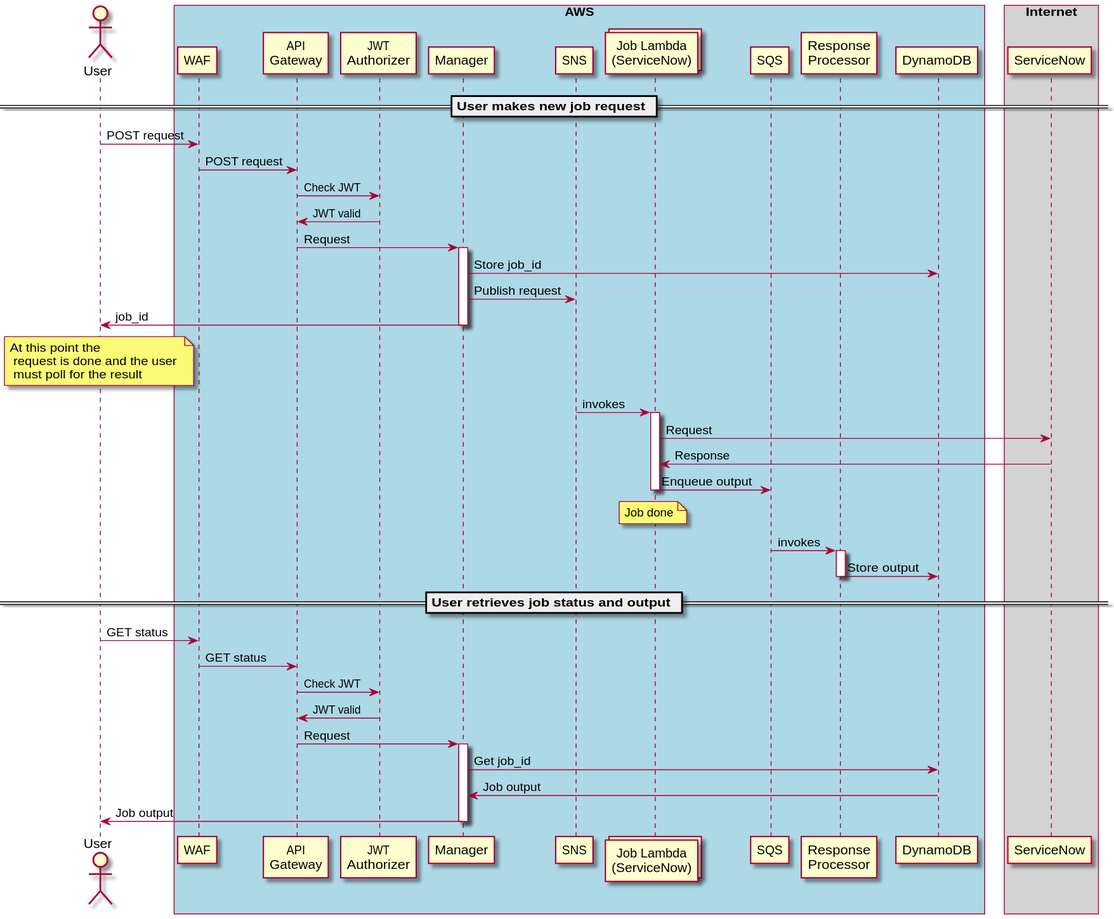
Before: docs/diagrams/job_request_flow.svg, a diagram exported from PlantUML (gdsec-test/threat-api). Its diagram source:
```plantuml
@startuml "job_request_flow"
skinparam BoxPadding 10
actor User

box "AWS" #LightBlue

participant WAF
participant "API\nGateway" as API_Gateway
participant "JWT\nAuthorizer" as JWT_Authorizer

== User makes new job request ==

User -> WAF : POST request
WAF -> API_Gateway : POST request
API_Gateway -> JWT_Authorizer: Check JWT
JWT_Authorizer -> API_Gateway: JWT valid
API_Gateway -> Manager : Request
activate Manager
Manager -> DynamoDB : Store job_id
Manager -> SNS : Publish request
Manager -> User : job_id
deactivate Manager
note over User : At this point the \n request is done and the user \n must poll for the result
collections "Job Lambda\n(ServiceNow)" as Job_Lambda
SNS -> Job_Lambda : invokes
activate Job_Lambda
participant SQS
participant "Response\nProcessor" as ResponseProcessor
database DynamoDB

end box

box "Internet" #LightGrey

Job_Lambda -> ServiceNow : Request
ServiceNow -> Job_Lambda : Response
Job_Lambda -> SQS : Enqueue output
note over Job_Lambda : Job done
deactivate Job_Lambda

SQS -> ResponseProcessor : invokes
activate ResponseProcessor
ResponseProcessor -> DynamoDB : Store output
deactivate ResponseProcessor

end box

== User retrieves job status and output ==

User -> WAF : GET status
WAF -> API_Gateway : GET status
API_Gateway -> JWT_Authorizer: Check JWT
JWT_Authorizer -> API_Gateway: JWT valid
API_Gateway -> Manager : Request
activate Manager
Manager -> DynamoDB : Get job_id
DynamoDB -> Manager : Job output
Manager -> User : Job output
deactivate Manager

@enduml
```
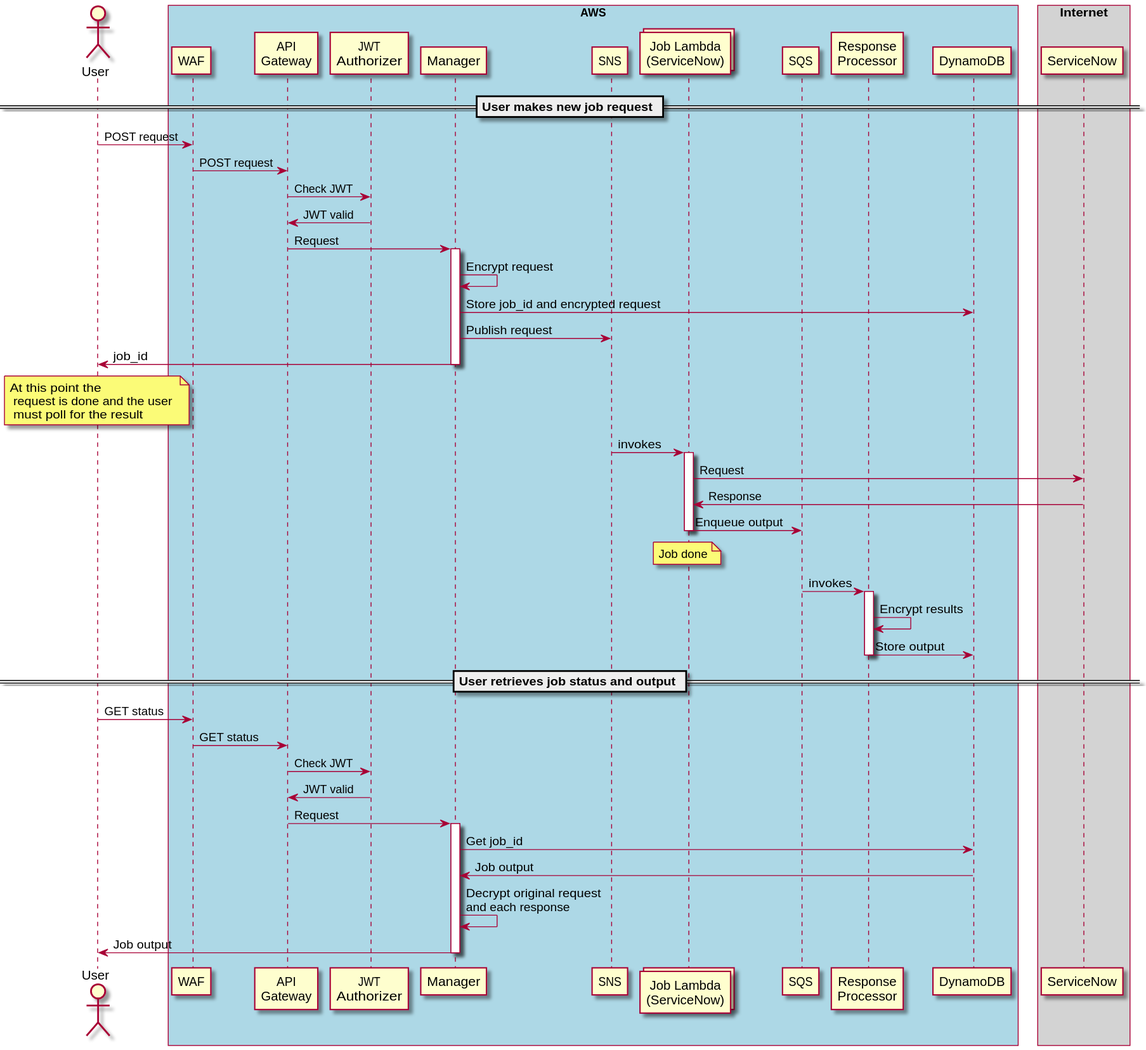
Above is the later version.

Commit message:
Removed unneeded files, updated job creation flow to include encryption

Change to the diagram source:
```diff
@@ -16,7 +16,8 @@
 JWT_Authorizer -> API_Gateway: JWT valid
 API_Gateway -> Manager : Request
 activate Manager
-Manager -> DynamoDB : Store job_id
+Manager -> Manager : Encrypt request
+Manager -> DynamoDB : Store job_id and encrypted request
 Manager -> SNS : Publish request
 Manager -> User : job_id
 deactivate Manager
@@ -40,6 +41,7 @@
 
 SQS -> ResponseProcessor : invokes
 activate ResponseProcessor
+ResponseProcessor -> ResponseProcessor : Encrypt results
 ResponseProcessor -> DynamoDB : Store output
 deactivate ResponseProcessor
 
@@ -55,6 +57,7 @@
 activate Manager
 Manager -> DynamoDB : Get job_id
 DynamoDB -> Manager : Job output
+Manager -> Manager : Decrypt original request\nand each response
 Manager -> User : Job output
 deactivate Manager
 
```
